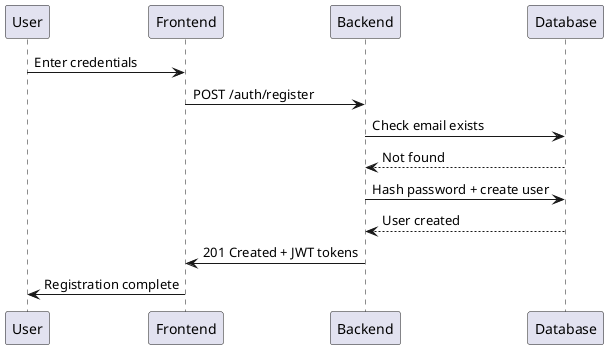
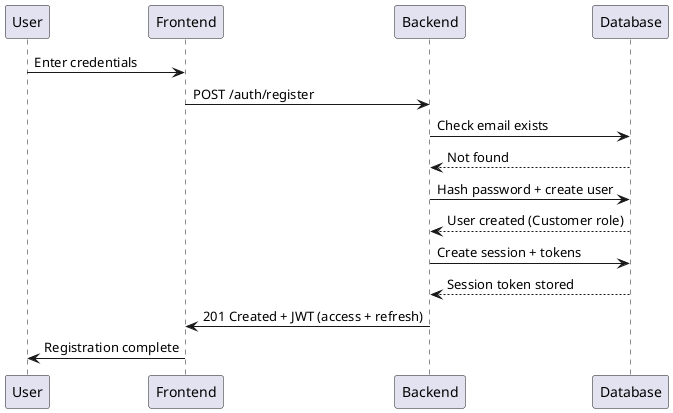
@startuml auth_registration
participant User
participant Frontend
participant Backend
participant Database

User -> Frontend: Enter credentials
Frontend -> Backend: POST /auth/register
Backend -> Database: Check email exists
Database --> Backend: Not found
Backend -> Database: Hash password + create user
- Database --> Backend: User created
- Backend -> Frontend: 201 Created + JWT tokens
+ Database --> Backend: User created (Customer role)
+ Backend -> Database: Create session + tokens
+ Database --> Backend: Session token stored
+ Backend -> Frontend: 201 Created + JWT (access + refresh)
Frontend -> User: Registration complete

@enduml
